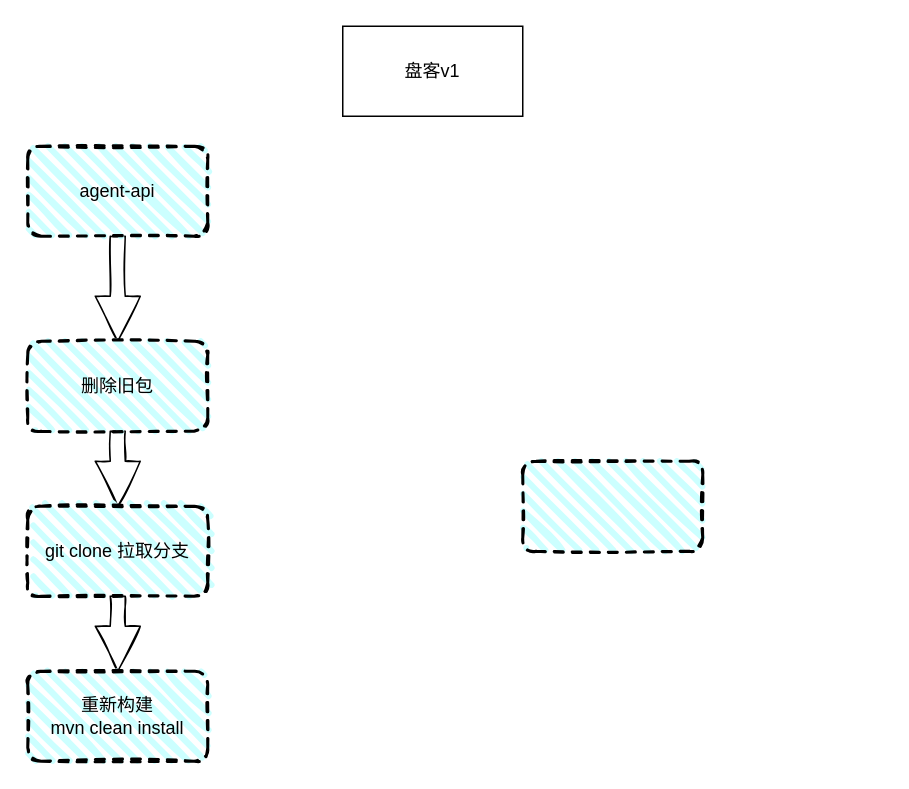
Earlier version of the draw.io diagram Untitled Diagram.drawio (xiaozhenkai/drawio). Source tidied: cells renumbered, new cells numbered last; positions are measured from the earlier drawing's top-left corner, leaving out a move shared by most shapes. Both pictures are drawn from the tidied source at 150%, with x=0, y=0 at pixel (27, 26).
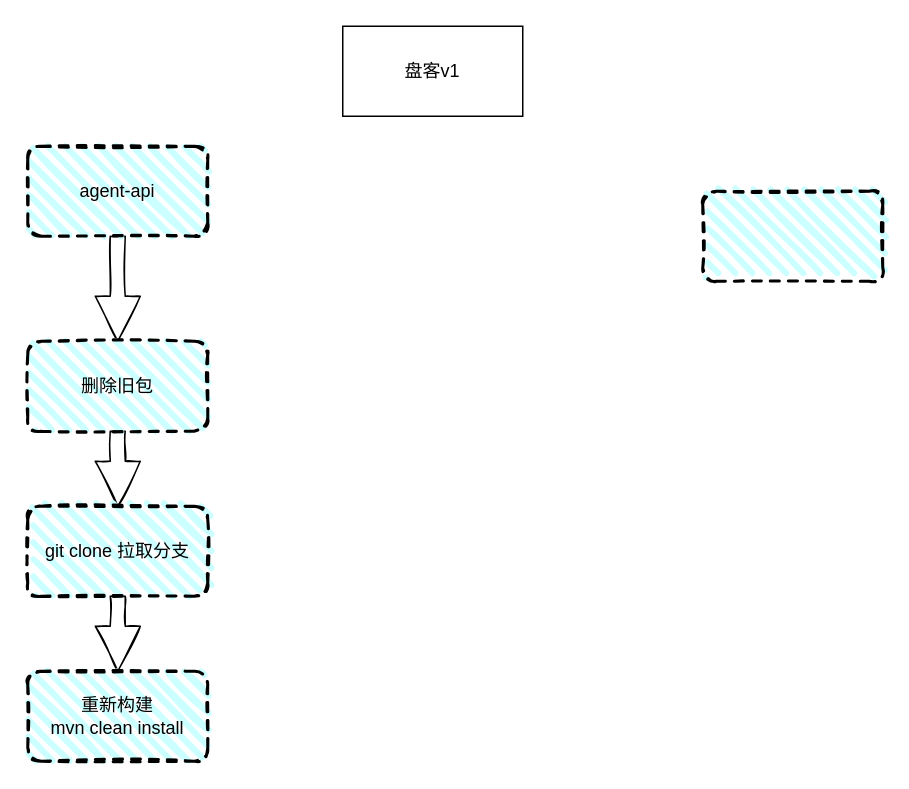
Above is the later version.

Diff of the diagram source:
```diff
@@
 <mxGraphModel>
   <root>
     <mxCell id="0" />
     <mxCell id="1" parent="0" />
     <mxCell id="2" value="盘客v1&lt;br&gt;" style="rounded=0;whiteSpace=wrap;html=1;" parent="1" vertex="1">
       <mxGeometry x="210" width="120" height="60" as="geometry" />
     </mxCell>
     <mxCell id="3" style="edgeStyle=orthogonalEdgeStyle;rounded=0;jettySize=auto;html=1;exitX=0.5;exitY=1;exitDx=0;exitDy=0;entryX=0.5;entryY=0;entryDx=0;entryDy=0;shape=arrow;shadow=0;sketch=1;" parent="1" edge="1" source="4" target="7">
       <mxGeometry relative="1" as="geometry" />
     </mxCell>
     <mxCell id="4" value="&lt;span&gt;agent-api&lt;/span&gt;" style="rounded=1;whiteSpace=wrap;html=1;strokeWidth=2;fillWeight=4;hachureGap=8;hachureAngle=45;sketch=1;fillColor=#CCFFFF;dashed=1;" parent="1" vertex="1">
       <mxGeometry y="80" width="120" height="60" as="geometry" />
     </mxCell>
-    <mxCell id="5" style="rounded=1;whiteSpace=wrap;html=1;strokeWidth=2;fillWeight=4;hachureGap=8;hachureAngle=45;sketch=1;fillColor=#CCFFFF;dashed=1;" parent="1" vertex="1">
-      <mxGeometry x="330" y="290" width="120" height="60" as="geometry" />
-    </mxCell>
     <mxCell id="6" style="edgeStyle=orthogonalEdgeStyle;shape=arrow;rounded=0;jettySize=auto;html=1;exitX=0.5;exitY=1;exitDx=0;exitDy=0;entryX=0.5;entryY=0;entryDx=0;entryDy=0;sketch=1;" parent="1" edge="1" source="7" target="9">
       <mxGeometry relative="1" as="geometry" />
     </mxCell>
     <mxCell id="7" value="删除旧包" style="rounded=1;whiteSpace=wrap;html=1;strokeWidth=2;fillWeight=4;hachureGap=8;hachureAngle=45;sketch=1;fillColor=#CCFFFF;dashed=1;" parent="1" vertex="1">
       <mxGeometry y="210" width="120" height="60" as="geometry" />
     </mxCell>
     <mxCell id="8" style="edgeStyle=orthogonalEdgeStyle;shape=arrow;rounded=0;jettySize=auto;html=1;exitX=0.5;exitY=1;exitDx=0;exitDy=0;entryX=0.5;entryY=0;entryDx=0;entryDy=0;sketch=1;" parent="1" edge="1" source="9" target="10">
       <mxGeometry relative="1" as="geometry" />
     </mxCell>
     <mxCell id="9" value="git clone 拉取分支" style="rounded=1;whiteSpace=wrap;html=1;strokeWidth=2;fillWeight=4;hachureGap=8;hachureAngle=45;sketch=1;fillColor=#CCFFFF;dashed=1;" parent="1" vertex="1">
       <mxGeometry y="320" width="120" height="60" as="geometry" />
     </mxCell>
     <mxCell id="10" value="重新构建&lt;br&gt;mvn clean install" style="rounded=1;whiteSpace=wrap;html=1;strokeWidth=2;fillWeight=4;hachureGap=8;hachureAngle=45;sketch=1;fillColor=#CCFFFF;dashed=1;" parent="1" vertex="1">
       <mxGeometry y="430" width="120" height="60" as="geometry" />
     </mxCell>
+    <mxCell id="11" style="rounded=1;whiteSpace=wrap;html=1;strokeWidth=2;fillWeight=4;hachureGap=8;hachureAngle=45;sketch=1;fillColor=#CCFFFF;dashed=1;" parent="1" vertex="1">
+      <mxGeometry x="450" y="110" width="120" height="60" as="geometry" />
+    </mxCell>
   </root>
 </mxGraphModel>
```
